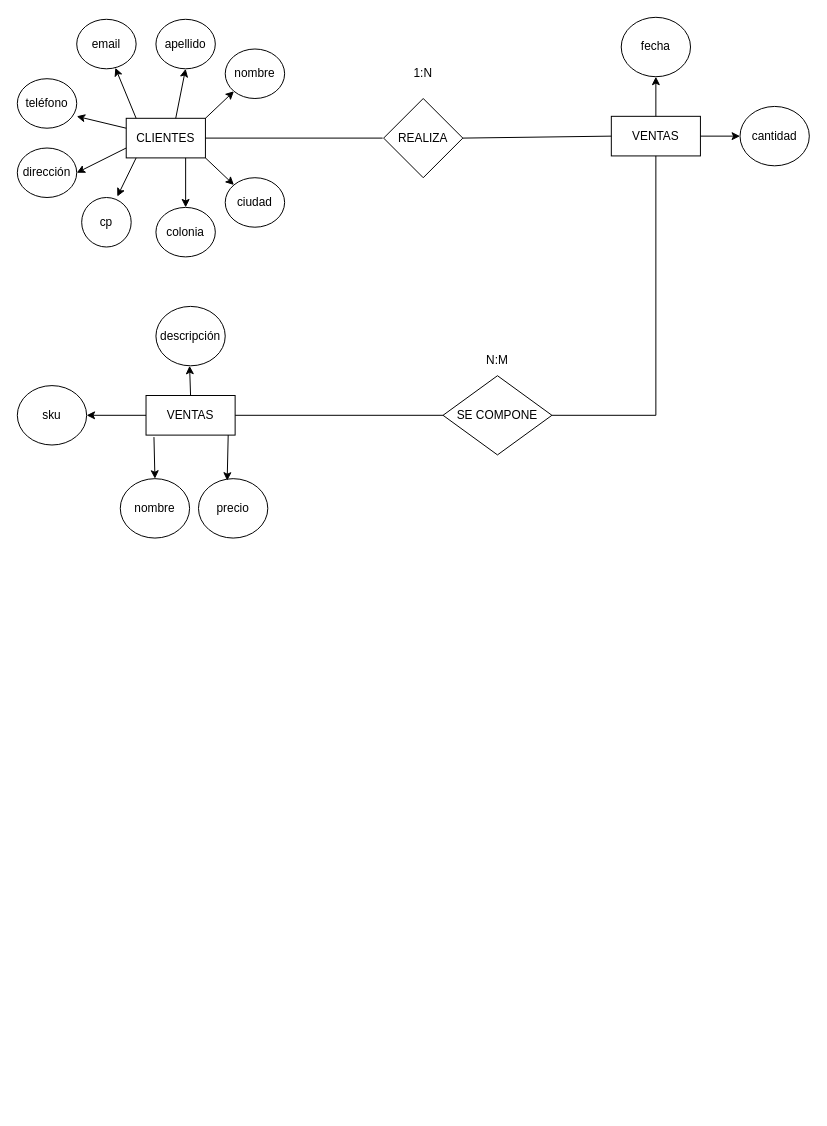
Earlier version of the draw.io diagram page "Página-2" (2 of 2) of Diagrama sin título.drawio (pavila28/ProyectoPinterest). Source tidied: cells renumbered, new cells numbered last; positions are measured from the earlier drawing's top-left corner, leaving out a move shared by most shapes. Both pictures are drawn from the tidied source at 99%, with x=0, y=0 at pixel (17, 17).
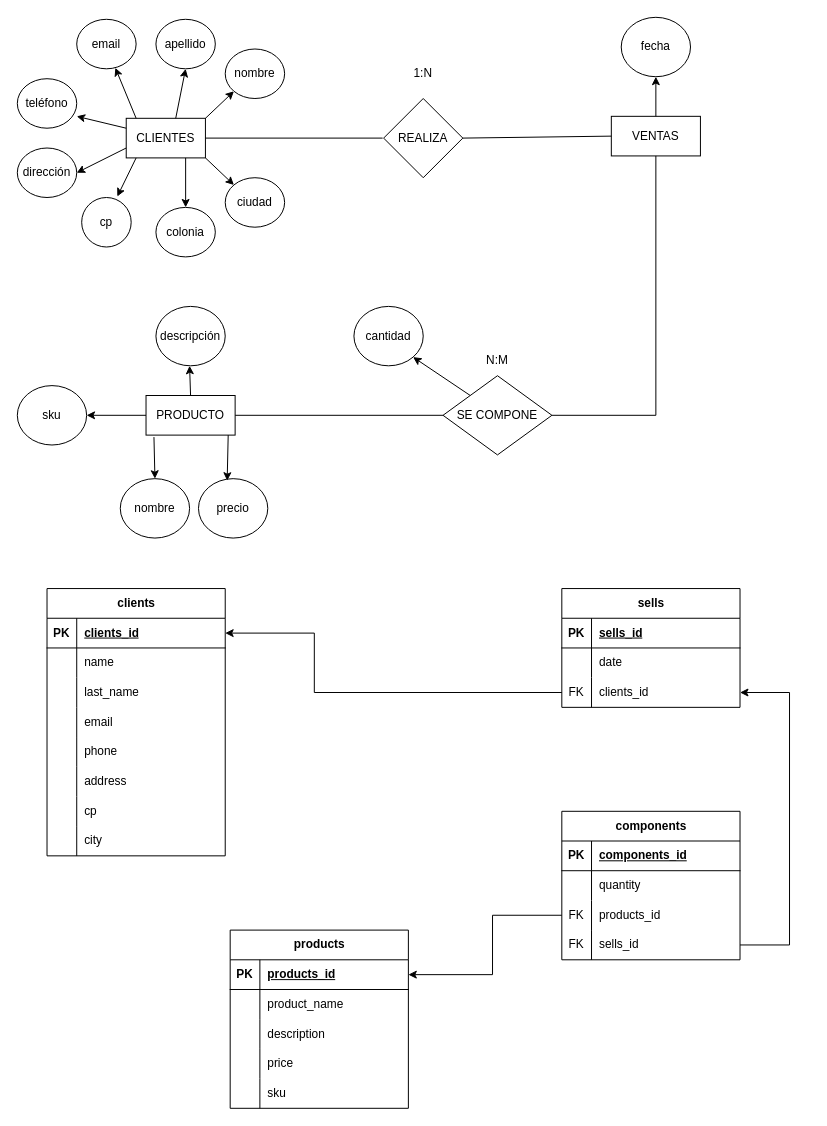
The same diagram, later.

Unchanged cells that the change refers to:
```xml
<mxCell id="37" value="SE COMPONE" style="rhombus;whiteSpace=wrap;html=1;" parent="1" vertex="1">
  <mxGeometry x="430" y="362" width="110" height="80" as="geometry" />
</mxCell>
```

Diff of the diagram source:
```diff
@@
     <mxCell id="20" value="cantidad" style="ellipse;whiteSpace=wrap;html=1;" parent="1" vertex="1">
-      <mxGeometry x="730" y="90" width="70" height="60" as="geometry" />
+      <mxGeometry x="340" y="292" width="70" height="60" as="geometry" />
     </mxCell>
@@
-    <mxCell id="23" style="endArrow=classic;html=1;rounded=0;entryX=0;entryY=0.5;entryDx=0;entryDy=0;" parent="1" edge="1" target="20">
-      <mxGeometry relative="1" as="geometry">
-        <mxPoint x="690" y="120" as="sourcePoint" />
-      </mxGeometry>
+    <mxCell id="23" style="endArrow=classic;html=1;rounded=0;entryX=1;entryY=1;entryDx=0;entryDy=0;exitX=0;exitY=0;exitDx=0;exitDy=0;" parent="1" edge="1" source="37" target="20">
+      <mxGeometry relative="1" as="geometry" />
     </mxCell>
@@
-    <mxCell id="28" value="VENTAS" style="rounded=0;whiteSpace=wrap;html=1;" parent="1" vertex="1">
+    <mxCell id="28" value="PRODUCTO" style="rounded=0;whiteSpace=wrap;html=1;" parent="1" vertex="1">
       <mxGeometry x="130" y="382" width="90" height="40" as="geometry" />
     </mxCell>
@@
+    <mxCell id="41" value="clients" style="shape=table;startSize=30;childLayout=tableLayout;rowLines=0;fontStyle=1;align=center;html=1;" parent="1" vertex="1">
+      <mxGeometry x="30" y="577" width="180" height="270" as="geometry" />
+    </mxCell>
+    <mxCell id="42" style="shape=tableRow;horizontal=0;startSize=0;swimlaneHead=0;swimlaneBody=0;fillColor=none;points=[[0,0.5],[1,0.5]];portConstraint=eastwest;top=0;left=0;right=0;bottom=1;" parent="41" vertex="1">
+      <mxGeometry y="30" width="180" height="30" as="geometry" />
+    </mxCell>
+    <mxCell id="43" value="PK" style="shape=partialRectangle;fillColor=none;top=0;left=0;bottom=0;right=0;fontStyle=1;overflow=hidden;whiteSpace=wrap;html=1;" parent="42" vertex="1">
+      <mxGeometry width="30" height="30" as="geometry" />
+    </mxCell>
+    <mxCell id="44" value="clients_id" style="shape=partialRectangle;fillColor=none;top=0;left=0;bottom=0;right=0;align=left;spacingLeft=6;fontStyle=5;overflow=hidden;whiteSpace=wrap;html=1;" parent="42" vertex="1">
+      <mxGeometry x="30" width="150" height="30" as="geometry" />
+    </mxCell>
+    <mxCell id="45" style="shape=tableRow;horizontal=0;startSize=0;swimlaneHead=0;swimlaneBody=0;fillColor=none;top=0;left=0;right=0;bottom=0;" parent="41" vertex="1">
+      <mxGeometry y="60" width="180" height="30" as="geometry" />
+    </mxCell>
+    <mxCell id="46" style="shape=partialRectangle;fillColor=none;top=0;left=0;bottom=0;right=0;overflow=hidden;whiteSpace=wrap;html=1;" parent="45" vertex="1">
+      <mxGeometry width="30" height="30" as="geometry" />
+    </mxCell>
+    <mxCell id="47" value="name" style="shape=partialRectangle;fillColor=none;top=0;left=0;bottom=0;right=0;align=left;spacingLeft=6;overflow=hidden;whiteSpace=wrap;html=1;" parent="45" vertex="1">
+      <mxGeometry x="30" width="150" height="30" as="geometry" />
+    </mxCell>
+    <mxCell id="48" style="shape=tableRow;horizontal=0;startSize=0;swimlaneHead=0;swimlaneBody=0;fillColor=none;top=0;left=0;right=0;bottom=0;" parent="41" vertex="1">
+      <mxGeometry y="90" width="180" height="30" as="geometry" />
+    </mxCell>
+    <mxCell id="49" style="shape=partialRectangle;fillColor=none;top=0;left=0;bottom=0;right=0;overflow=hidden;whiteSpace=wrap;html=1;" parent="48" vertex="1">
+      <mxGeometry width="30" height="30" as="geometry" />
+    </mxCell>
+    <mxCell id="50" value="last_name" style="shape=partialRectangle;fillColor=none;top=0;left=0;bottom=0;right=0;align=left;spacingLeft=6;overflow=hidden;whiteSpace=wrap;html=1;" parent="48" vertex="1">
+      <mxGeometry x="30" width="150" height="30" as="geometry" />
+    </mxCell>
+    <mxCell id="51" style="shape=tableRow;horizontal=0;startSize=0;swimlaneHead=0;swimlaneBody=0;fillColor=none;top=0;left=0;right=0;bottom=0;" parent="41" vertex="1">
+      <mxGeometry y="120" width="180" height="30" as="geometry" />
+    </mxCell>
+    <mxCell id="52" style="shape=partialRectangle;fillColor=none;top=0;left=0;bottom=0;right=0;overflow=hidden;whiteSpace=wrap;html=1;" parent="51" vertex="1">
+      <mxGeometry width="30" height="30" as="geometry" />
+    </mxCell>
+    <mxCell id="53" value="email" style="shape=partialRectangle;fillColor=none;top=0;left=0;bottom=0;right=0;align=left;spacingLeft=6;overflow=hidden;whiteSpace=wrap;html=1;" parent="51" vertex="1">
+      <mxGeometry x="30" width="150" height="30" as="geometry" />
+    </mxCell>
+    <mxCell id="54" style="shape=tableRow;horizontal=0;startSize=0;swimlaneHead=0;swimlaneBody=0;fillColor=none;top=0;left=0;right=0;bottom=0;" parent="41" vertex="1">
+      <mxGeometry y="150" width="180" height="30" as="geometry" />
+    </mxCell>
+    <mxCell id="55" style="shape=partialRectangle;fillColor=none;top=0;left=0;bottom=0;right=0;overflow=hidden;whiteSpace=wrap;html=1;" parent="54" vertex="1">
+      <mxGeometry width="30" height="30" as="geometry" />
+    </mxCell>
+    <mxCell id="56" value="phone" style="shape=partialRectangle;fillColor=none;top=0;left=0;bottom=0;right=0;align=left;spacingLeft=6;overflow=hidden;whiteSpace=wrap;html=1;" parent="54" vertex="1">
+      <mxGeometry x="30" width="150" height="30" as="geometry" />
+    </mxCell>
+    <mxCell id="57" style="shape=tableRow;horizontal=0;startSize=0;swimlaneHead=0;swimlaneBody=0;fillColor=none;top=0;left=0;right=0;bottom=0;" parent="41" vertex="1">
+      <mxGeometry y="180" width="180" height="30" as="geometry" />
+    </mxCell>
+    <mxCell id="58" style="shape=partialRectangle;fillColor=none;top=0;left=0;bottom=0;right=0;overflow=hidden;whiteSpace=wrap;html=1;" parent="57" vertex="1">
+      <mxGeometry width="30" height="30" as="geometry" />
+    </mxCell>
+    <mxCell id="59" value="address" style="shape=partialRectangle;fillColor=none;top=0;left=0;bottom=0;right=0;align=left;spacingLeft=6;overflow=hidden;whiteSpace=wrap;html=1;" parent="57" vertex="1">
+      <mxGeometry x="30" width="150" height="30" as="geometry" />
+    </mxCell>
+    <mxCell id="60" style="shape=tableRow;horizontal=0;startSize=0;swimlaneHead=0;swimlaneBody=0;fillColor=none;top=0;left=0;right=0;bottom=0;" parent="41" vertex="1">
+      <mxGeometry y="210" width="180" height="30" as="geometry" />
+    </mxCell>
+    <mxCell id="61" style="shape=partialRectangle;fillColor=none;top=0;left=0;bottom=0;right=0;overflow=hidden;whiteSpace=wrap;html=1;" parent="60" vertex="1">
+      <mxGeometry width="30" height="30" as="geometry" />
+    </mxCell>
+    <mxCell id="62" value="cp" style="shape=partialRectangle;fillColor=none;top=0;left=0;bottom=0;right=0;align=left;spacingLeft=6;overflow=hidden;whiteSpace=wrap;html=1;" parent="60" vertex="1">
+      <mxGeometry x="30" width="150" height="30" as="geometry" />
+    </mxCell>
+    <mxCell id="63" style="shape=tableRow;horizontal=0;startSize=0;swimlaneHead=0;swimlaneBody=0;fillColor=none;top=0;left=0;right=0;bottom=0;" parent="41" vertex="1">
+      <mxGeometry y="240" width="180" height="30" as="geometry" />
+    </mxCell>
+    <mxCell id="64" style="shape=partialRectangle;fillColor=none;top=0;left=0;bottom=0;right=0;overflow=hidden;whiteSpace=wrap;html=1;" parent="63" vertex="1">
+      <mxGeometry width="30" height="30" as="geometry" />
+    </mxCell>
+    <mxCell id="65" value="city" style="shape=partialRectangle;fillColor=none;top=0;left=0;bottom=0;right=0;align=left;spacingLeft=6;overflow=hidden;whiteSpace=wrap;html=1;" parent="63" vertex="1">
+      <mxGeometry x="30" width="150" height="30" as="geometry" />
+    </mxCell>
+    <mxCell id="66" value="sells" style="shape=table;startSize=30;childLayout=tableLayout;rowLines=0;fontStyle=1;align=center;html=1;" parent="1" vertex="1">
+      <mxGeometry x="550" y="577" width="180" height="120" as="geometry" />
+    </mxCell>
+    <mxCell id="67" style="shape=tableRow;horizontal=0;startSize=0;swimlaneHead=0;swimlaneBody=0;fillColor=none;top=0;left=0;right=0;bottom=1;" parent="66" vertex="1">
+      <mxGeometry y="30" width="180" height="30" as="geometry" />
+    </mxCell>
+    <mxCell id="68" value="PK" style="shape=partialRectangle;fillColor=none;top=0;left=0;bottom=0;right=0;fontStyle=1;overflow=hidden;whiteSpace=wrap;html=1;" parent="67" vertex="1">
+      <mxGeometry width="30" height="30" as="geometry" />
+    </mxCell>
+    <mxCell id="69" value="sells_id" style="shape=partialRectangle;fillColor=none;top=0;left=0;bottom=0;right=0;align=left;spacingLeft=6;fontStyle=5;overflow=hidden;whiteSpace=wrap;html=1;" parent="67" vertex="1">
+      <mxGeometry x="30" width="150" height="30" as="geometry" />
+    </mxCell>
+    <mxCell id="70" style="shape=tableRow;horizontal=0;startSize=0;swimlaneHead=0;swimlaneBody=0;fillColor=none;top=0;left=0;right=0;bottom=0;" parent="66" vertex="1">
+      <mxGeometry y="60" width="180" height="30" as="geometry" />
+    </mxCell>
+    <mxCell id="71" style="shape=partialRectangle;fillColor=none;top=0;left=0;bottom=0;right=0;overflow=hidden;whiteSpace=wrap;html=1;" parent="70" vertex="1">
+      <mxGeometry width="30" height="30" as="geometry" />
+    </mxCell>
+    <mxCell id="72" value="date" style="shape=partialRectangle;fillColor=none;top=0;left=0;bottom=0;right=0;align=left;spacingLeft=6;overflow=hidden;whiteSpace=wrap;html=1;" parent="70" vertex="1">
+      <mxGeometry x="30" width="150" height="30" as="geometry" />
+    </mxCell>
+    <mxCell id="73" style="shape=tableRow;horizontal=0;startSize=0;swimlaneHead=0;swimlaneBody=0;fillColor=none;points=[[0,0.5],[1,0.5]];portConstraint=eastwest;top=0;left=0;right=0;bottom=0;" parent="66" vertex="1">
+      <mxGeometry y="90" width="180" height="30" as="geometry" />
+    </mxCell>
+    <mxCell id="74" value="FK" style="shape=partialRectangle;fillColor=none;top=0;left=0;bottom=0;right=0;overflow=hidden;whiteSpace=wrap;html=1;" parent="73" vertex="1">
+      <mxGeometry width="30" height="30" as="geometry" />
+    </mxCell>
+    <mxCell id="75" value="clients_id" style="shape=partialRectangle;fillColor=none;top=0;left=0;bottom=0;right=0;align=left;spacingLeft=6;overflow=hidden;whiteSpace=wrap;html=1;" parent="73" vertex="1">
+      <mxGeometry x="30" width="150" height="30" as="geometry" />
+    </mxCell>
+    <mxCell id="76" style="endArrow=classic;html=1;rounded=0;entryX=1;entryY=0.5;entryDx=0;entryDy=0;exitX=0;exitY=0.5;exitDx=0;exitDy=0;" parent="1" edge="1" source="73" target="42">
+      <mxGeometry relative="1" as="geometry">
+        <Array as="points">
+          <mxPoint x="300" y="682" />
+          <mxPoint x="300" y="622" />
+        </Array>
+      </mxGeometry>
+    </mxCell>
+    <mxCell id="77" value="components" style="shape=table;startSize=30;childLayout=tableLayout;rowLines=0;fontStyle=1;align=center;html=1;" parent="1" vertex="1">
+      <mxGeometry x="550" y="802" width="180" height="150" as="geometry" />
+    </mxCell>
+    <mxCell id="78" style="shape=tableRow;horizontal=0;startSize=0;swimlaneHead=0;swimlaneBody=0;fillColor=none;top=0;left=0;right=0;bottom=1;" parent="77" vertex="1">
+      <mxGeometry y="30" width="180" height="30" as="geometry" />
+    </mxCell>
+    <mxCell id="79" value="PK" style="shape=partialRectangle;fillColor=none;top=0;left=0;bottom=0;right=0;fontStyle=1;overflow=hidden;whiteSpace=wrap;html=1;" parent="78" vertex="1">
+      <mxGeometry width="30" height="30" as="geometry" />
+    </mxCell>
+    <mxCell id="80" value="components_id" style="shape=partialRectangle;fillColor=none;top=0;left=0;bottom=0;right=0;align=left;spacingLeft=6;fontStyle=5;overflow=hidden;whiteSpace=wrap;html=1;" parent="78" vertex="1">
+      <mxGeometry x="30" width="150" height="30" as="geometry" />
+    </mxCell>
+    <mxCell id="81" style="shape=tableRow;horizontal=0;startSize=0;swimlaneHead=0;swimlaneBody=0;fillColor=none;top=0;left=0;right=0;bottom=0;" parent="77" vertex="1">
+      <mxGeometry y="60" width="180" height="30" as="geometry" />
+    </mxCell>
+    <mxCell id="82" style="shape=partialRectangle;fillColor=none;top=0;left=0;bottom=0;right=0;overflow=hidden;whiteSpace=wrap;html=1;" parent="81" vertex="1">
+      <mxGeometry width="30" height="30" as="geometry" />
+    </mxCell>
+    <mxCell id="83" value="quantity" style="shape=partialRectangle;fillColor=none;top=0;left=0;bottom=0;right=0;align=left;spacingLeft=6;overflow=hidden;whiteSpace=wrap;html=1;" parent="81" vertex="1">
+      <mxGeometry x="30" width="150" height="30" as="geometry" />
+    </mxCell>
+    <mxCell id="84" style="shape=tableRow;horizontal=0;startSize=0;swimlaneHead=0;swimlaneBody=0;fillColor=none;points=[[0,0.5],[1,0.5]];portConstraint=eastwest;top=0;left=0;right=0;bottom=0;" parent="77" vertex="1">
+      <mxGeometry y="90" width="180" height="30" as="geometry" />
+    </mxCell>
+    <mxCell id="85" value="FK" style="shape=partialRectangle;fillColor=none;top=0;left=0;bottom=0;right=0;overflow=hidden;whiteSpace=wrap;html=1;" parent="84" vertex="1">
+      <mxGeometry width="30" height="30" as="geometry" />
+    </mxCell>
+    <mxCell id="86" value="products_id" style="shape=partialRectangle;fillColor=none;top=0;left=0;bottom=0;right=0;align=left;spacingLeft=6;overflow=hidden;whiteSpace=wrap;html=1;" parent="84" vertex="1">
+      <mxGeometry x="30" width="150" height="30" as="geometry" />
+    </mxCell>
+    <mxCell id="87" style="shape=tableRow;horizontal=0;startSize=0;swimlaneHead=0;swimlaneBody=0;fillColor=none;points=[[0,0.5],[1,0.5]];portConstraint=eastwest;top=0;left=0;right=0;bottom=0;" parent="77" vertex="1">
+      <mxGeometry y="120" width="180" height="30" as="geometry" />
+    </mxCell>
+    <mxCell id="88" value="FK" style="shape=partialRectangle;fillColor=none;top=0;left=0;bottom=0;right=0;overflow=hidden;whiteSpace=wrap;html=1;" parent="87" vertex="1">
+      <mxGeometry width="30" height="30" as="geometry" />
+    </mxCell>
+    <mxCell id="89" value="sells_id" style="shape=partialRectangle;fillColor=none;top=0;left=0;bottom=0;right=0;align=left;spacingLeft=6;overflow=hidden;whiteSpace=wrap;html=1;" parent="87" vertex="1">
+      <mxGeometry x="30" width="150" height="30" as="geometry" />
+    </mxCell>
+    <mxCell id="90" value="products" style="shape=table;startSize=30;childLayout=tableLayout;rowLines=0;fontStyle=1;align=center;html=1;" parent="1" vertex="1">
+      <mxGeometry x="215" y="922" width="180" height="180" as="geometry" />
+    </mxCell>
+    <mxCell id="91" style="shape=tableRow;horizontal=0;startSize=0;swimlaneHead=0;swimlaneBody=0;fillColor=none;points=[[0,0.5],[1,0.5]];portConstraint=eastwest;top=0;left=0;right=0;bottom=1;" parent="90" vertex="1">
+      <mxGeometry y="30" width="180" height="30" as="geometry" />
+    </mxCell>
+    <mxCell id="92" value="PK" style="shape=partialRectangle;fillColor=none;top=0;left=0;bottom=0;right=0;fontStyle=1;overflow=hidden;whiteSpace=wrap;html=1;" parent="91" vertex="1">
+      <mxGeometry width="30" height="30" as="geometry" />
+    </mxCell>
+    <mxCell id="93" value="products_id" style="shape=partialRectangle;fillColor=none;top=0;left=0;bottom=0;right=0;align=left;spacingLeft=6;fontStyle=5;overflow=hidden;whiteSpace=wrap;html=1;" parent="91" vertex="1">
+      <mxGeometry x="30" width="150" height="30" as="geometry" />
+    </mxCell>
+    <mxCell id="94" style="shape=tableRow;horizontal=0;startSize=0;swimlaneHead=0;swimlaneBody=0;fillColor=none;top=0;left=0;right=0;bottom=0;" parent="90" vertex="1">
+      <mxGeometry y="60" width="180" height="30" as="geometry" />
+    </mxCell>
+    <mxCell id="95" style="shape=partialRectangle;fillColor=none;top=0;left=0;bottom=0;right=0;overflow=hidden;whiteSpace=wrap;html=1;" parent="94" vertex="1">
+      <mxGeometry width="30" height="30" as="geometry" />
+    </mxCell>
+    <mxCell id="96" value="product_name" style="shape=partialRectangle;fillColor=none;top=0;left=0;bottom=0;right=0;align=left;spacingLeft=6;overflow=hidden;whiteSpace=wrap;html=1;" parent="94" vertex="1">
+      <mxGeometry x="30" width="150" height="30" as="geometry" />
+    </mxCell>
+    <mxCell id="97" style="shape=tableRow;horizontal=0;startSize=0;swimlaneHead=0;swimlaneBody=0;fillColor=none;top=0;left=0;right=0;bottom=0;" parent="90" vertex="1">
+      <mxGeometry y="90" width="180" height="30" as="geometry" />
+    </mxCell>
+    <mxCell id="98" style="shape=partialRectangle;fillColor=none;top=0;left=0;bottom=0;right=0;overflow=hidden;whiteSpace=wrap;html=1;" parent="97" vertex="1">
+      <mxGeometry width="30" height="30" as="geometry" />
+    </mxCell>
+    <mxCell id="99" value="description" style="shape=partialRectangle;fillColor=none;top=0;left=0;bottom=0;right=0;align=left;spacingLeft=6;overflow=hidden;whiteSpace=wrap;html=1;" parent="97" vertex="1">
+      <mxGeometry x="30" width="150" height="30" as="geometry" />
+    </mxCell>
+    <mxCell id="100" style="shape=tableRow;horizontal=0;startSize=0;swimlaneHead=0;swimlaneBody=0;fillColor=none;top=0;left=0;right=0;bottom=0;" parent="90" vertex="1">
+      <mxGeometry y="120" width="180" height="30" as="geometry" />
+    </mxCell>
+    <mxCell id="101" style="shape=partialRectangle;fillColor=none;top=0;left=0;bottom=0;right=0;overflow=hidden;whiteSpace=wrap;html=1;" parent="100" vertex="1">
+      <mxGeometry width="30" height="30" as="geometry" />
+    </mxCell>
+    <mxCell id="102" value="price" style="shape=partialRectangle;fillColor=none;top=0;left=0;bottom=0;right=0;align=left;spacingLeft=6;overflow=hidden;whiteSpace=wrap;html=1;" parent="100" vertex="1">
+      <mxGeometry x="30" width="150" height="30" as="geometry" />
+    </mxCell>
+    <mxCell id="103" style="shape=tableRow;horizontal=0;startSize=0;swimlaneHead=0;swimlaneBody=0;fillColor=none;top=0;left=0;right=0;bottom=0;" parent="90" vertex="1">
+      <mxGeometry y="150" width="180" height="30" as="geometry" />
+    </mxCell>
+    <mxCell id="104" style="shape=partialRectangle;fillColor=none;top=0;left=0;bottom=0;right=0;overflow=hidden;whiteSpace=wrap;html=1;" parent="103" vertex="1">
+      <mxGeometry width="30" height="30" as="geometry" />
+    </mxCell>
+    <mxCell id="105" value="sku" style="shape=partialRectangle;fillColor=none;top=0;left=0;bottom=0;right=0;align=left;spacingLeft=6;overflow=hidden;whiteSpace=wrap;html=1;" parent="103" vertex="1">
+      <mxGeometry x="30" width="150" height="30" as="geometry" />
+    </mxCell>
+    <mxCell id="106" style="endArrow=classic;html=1;rounded=0;exitX=1;exitY=0.5;exitDx=0;exitDy=0;entryX=1;entryY=0.5;entryDx=0;entryDy=0;" parent="1" edge="1" source="87" target="73">
+      <mxGeometry relative="1" as="geometry">
+        <Array as="points">
+          <mxPoint x="780" y="937" />
+          <mxPoint x="780" y="682" />
+        </Array>
+      </mxGeometry>
+    </mxCell>
+    <mxCell id="107" style="endArrow=classic;html=1;rounded=0;exitX=0;exitY=0.5;exitDx=0;exitDy=0;entryX=1;entryY=0.5;entryDx=0;entryDy=0;" parent="1" edge="1" source="84" target="91">
+      <mxGeometry relative="1" as="geometry">
+        <Array as="points">
+          <mxPoint x="480" y="907" />
+          <mxPoint x="480" y="967" />
+        </Array>
+      </mxGeometry>
+    </mxCell>
```
